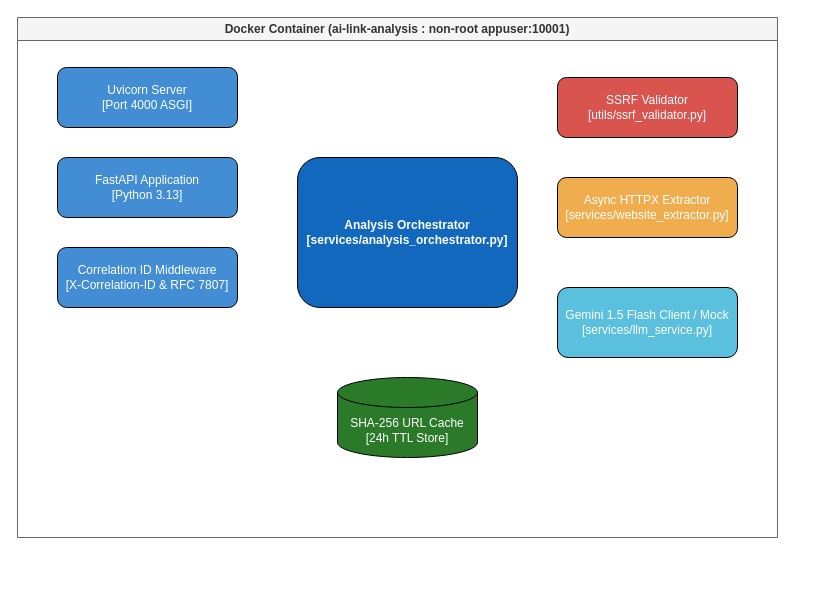
piyushmakhija28/ai-link-analysis keeps this draw.io diagram as docs/diagrams/c4-container.drawio. Above is the earlier version. Source tidied: cells renumbered, new cells numbered last; positions are measured from the earlier drawing's top-left corner, leaving out a move shared by most shapes. Both pictures are drawn from the tidied source at 100%, with x=0, y=0 at pixel (17, 17).
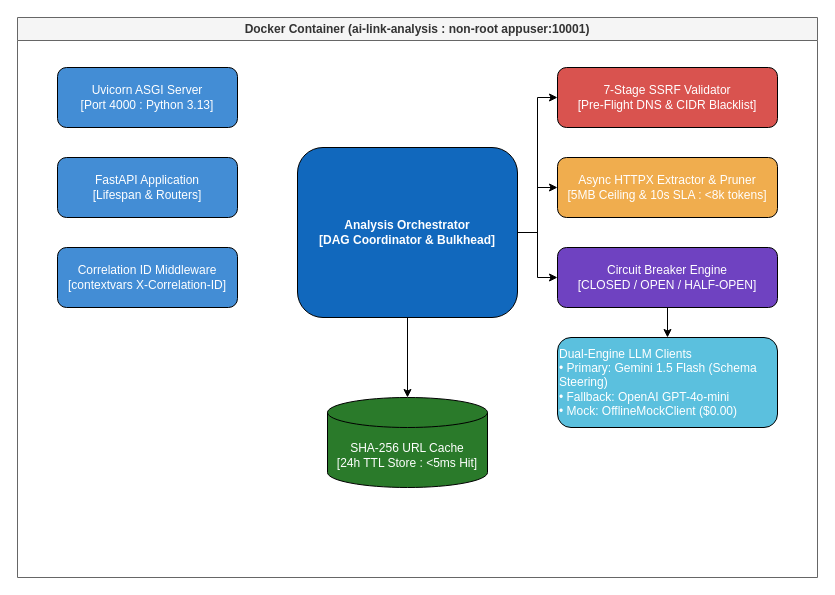
The same diagram, later.

The edit, as a diff of the source:
```diff
@@
 <mxGraphModel>
   <root>
     <mxCell id="0" />
     <mxCell id="1" parent="0" />
     <mxCell id="2" value="Docker Container (ai-link-analysis : non-root appuser:10001)" style="swimlane;whiteSpace=wrap;html=1;fillColor=#f5f5f5;fontColor=#333333;strokeColor=#666666;" parent="1" vertex="1">
-      <mxGeometry width="760" height="520" as="geometry" />
+      <mxGeometry width="800" height="560" as="geometry" />
     </mxCell>
-    <mxCell id="3" value="Uvicorn Server&#10;[Port 4000 ASGI]" style="rounded=1;whiteSpace=wrap;html=1;fillColor=#438DD5;fontColor=#ffffff;" parent="2" vertex="1">
+    <mxCell id="3" value="Uvicorn ASGI Server&#10;[Port 4000 : Python 3.13]" style="rounded=1;whiteSpace=wrap;html=1;fillColor=#438DD5;fontColor=#ffffff;" parent="2" vertex="1">
       <mxGeometry x="40" y="50" width="180" height="60" as="geometry" />
     </mxCell>
-    <mxCell id="4" value="FastAPI Application&#10;[Python 3.13]" style="rounded=1;whiteSpace=wrap;html=1;fillColor=#438DD5;fontColor=#ffffff;" parent="2" vertex="1">
+    <mxCell id="4" value="FastAPI Application&#10;[Lifespan &amp; Routers]" style="rounded=1;whiteSpace=wrap;html=1;fillColor=#438DD5;fontColor=#ffffff;" parent="2" vertex="1">
       <mxGeometry x="40" y="140" width="180" height="60" as="geometry" />
     </mxCell>
-    <mxCell id="5" value="Correlation ID Middleware&#10;[X-Correlation-ID &amp; RFC 7807]" style="rounded=1;whiteSpace=wrap;html=1;fillColor=#438DD5;fontColor=#ffffff;" parent="2" vertex="1">
+    <mxCell id="5" value="Correlation ID Middleware&#10;[contextvars X-Correlation-ID]" style="rounded=1;whiteSpace=wrap;html=1;fillColor=#438DD5;fontColor=#ffffff;" parent="2" vertex="1">
       <mxGeometry x="40" y="230" width="180" height="60" as="geometry" />
     </mxCell>
-    <mxCell id="6" value="Analysis Orchestrator&#10;[services/analysis_orchestrator.py]" style="rounded=1;whiteSpace=wrap;html=1;fillColor=#1168BD;fontColor=#ffffff;fontStyle=1;" parent="2" vertex="1">
-      <mxGeometry x="280" y="140" width="220" height="150" as="geometry" />
+    <mxCell id="6" value="Analysis Orchestrator&#10;[DAG Coordinator &amp; Bulkhead]" style="rounded=1;whiteSpace=wrap;html=1;fillColor=#1168BD;fontColor=#ffffff;fontStyle=1;" parent="2" vertex="1">
+      <mxGeometry x="280" y="130" width="220" height="170" as="geometry" />
     </mxCell>
-    <mxCell id="7" value="SHA-256 URL Cache&#10;[24h TTL Store]" style="shape=cylinder3;whiteSpace=wrap;html=1;boundedLbl=1;backgroundOutline=1;size=15;fillColor=#2A7A2A;fontColor=#ffffff;" parent="2" vertex="1">
-      <mxGeometry x="320" y="360" width="140" height="80" as="geometry" />
+    <mxCell id="7" value="SHA-256 URL Cache&#10;[24h TTL Store : &lt;5ms Hit]" style="shape=cylinder3;whiteSpace=wrap;html=1;boundedLbl=1;backgroundOutline=1;size=15;fillColor=#2A7A2A;fontColor=#ffffff;" parent="2" vertex="1">
+      <mxGeometry x="310" y="380" width="160" height="90" as="geometry" />
     </mxCell>
-    <mxCell id="8" value="SSRF Validator&#10;[utils/ssrf_validator.py]" style="rounded=1;whiteSpace=wrap;html=1;fillColor=#D9534F;fontColor=#ffffff;" parent="2" vertex="1">
-      <mxGeometry x="540" y="60" width="180" height="60" as="geometry" />
+    <mxCell id="8" value="7-Stage SSRF Validator&#10;[Pre-Flight DNS &amp; CIDR Blacklist]" style="rounded=1;whiteSpace=wrap;html=1;fillColor=#D9534F;fontColor=#ffffff;" parent="2" vertex="1">
+      <mxGeometry x="540" y="50" width="220" height="60" as="geometry" />
     </mxCell>
-    <mxCell id="9" value="Async HTTPX Extractor&#10;[services/website_extractor.py]" style="rounded=1;whiteSpace=wrap;html=1;fillColor=#F0AD4E;fontColor=#ffffff;" parent="2" vertex="1">
-      <mxGeometry x="540" y="160" width="180" height="60" as="geometry" />
+    <mxCell id="9" value="Async HTTPX Extractor &amp; Pruner&#10;[5MB Ceiling &amp; 10s SLA : &lt;8k tokens]" style="rounded=1;whiteSpace=wrap;html=1;fillColor=#F0AD4E;fontColor=#ffffff;" parent="2" vertex="1">
+      <mxGeometry x="540" y="140" width="220" height="60" as="geometry" />
     </mxCell>
+    <mxCell id="11" value="Circuit Breaker Engine&#10;[CLOSED / OPEN / HALF-OPEN]" style="rounded=1;whiteSpace=wrap;html=1;fillColor=#6f42c1;fontColor=#ffffff;" parent="2" vertex="1">
+      <mxGeometry x="540" y="230" width="220" height="60" as="geometry" />
+    </mxCell>
-    <mxCell id="10" value="Gemini 1.5 Flash Client / Mock&#10;[services/llm_service.py]" style="rounded=1;whiteSpace=wrap;html=1;fillColor=#5BC0DE;fontColor=#ffffff;" parent="2" vertex="1">
-      <mxGeometry x="540" y="270" width="180" height="70" as="geometry" />
+    <mxCell id="10" value="Dual-Engine LLM Clients&#10;• Primary: Gemini 1.5 Flash (Schema Steering)&#10;• Fallback: OpenAI GPT-4o-mini&#10;• Mock: OfflineMockClient ($0.00)" style="rounded=1;whiteSpace=wrap;html=1;fillColor=#5BC0DE;fontColor=#ffffff;align=left;" parent="2" vertex="1">
+      <mxGeometry x="540" y="320" width="220" height="90" as="geometry" />
     </mxCell>
+    <mxCell id="12" style="edgeStyle=orthogonalEdgeStyle;rounded=0;html=1;entryX=0.5;entryY=0;entryDx=0;entryDy=0;" parent="2" edge="1" source="6" target="7">
+      <mxGeometry relative="1" as="geometry" />
+    </mxCell>
+    <mxCell id="13" style="edgeStyle=orthogonalEdgeStyle;rounded=0;html=1;entryX=0;entryY=0.5;entryDx=0;entryDy=0;" parent="2" edge="1" source="6" target="8">
+      <mxGeometry relative="1" as="geometry" />
+    </mxCell>
+    <mxCell id="14" style="edgeStyle=orthogonalEdgeStyle;rounded=0;html=1;entryX=0;entryY=0.5;entryDx=0;entryDy=0;" parent="2" edge="1" source="6" target="9">
+      <mxGeometry relative="1" as="geometry" />
+    </mxCell>
+    <mxCell id="15" style="edgeStyle=orthogonalEdgeStyle;rounded=0;html=1;entryX=0;entryY=0.5;entryDx=0;entryDy=0;" parent="2" edge="1" source="6" target="11">
+      <mxGeometry relative="1" as="geometry" />
+    </mxCell>
+    <mxCell id="16" style="edgeStyle=orthogonalEdgeStyle;rounded=0;html=1;entryX=0.5;entryY=0;entryDx=0;entryDy=0;" parent="2" edge="1" source="11" target="10">
+      <mxGeometry relative="1" as="geometry" />
+    </mxCell>
   </root>
 </mxGraphModel>
```
